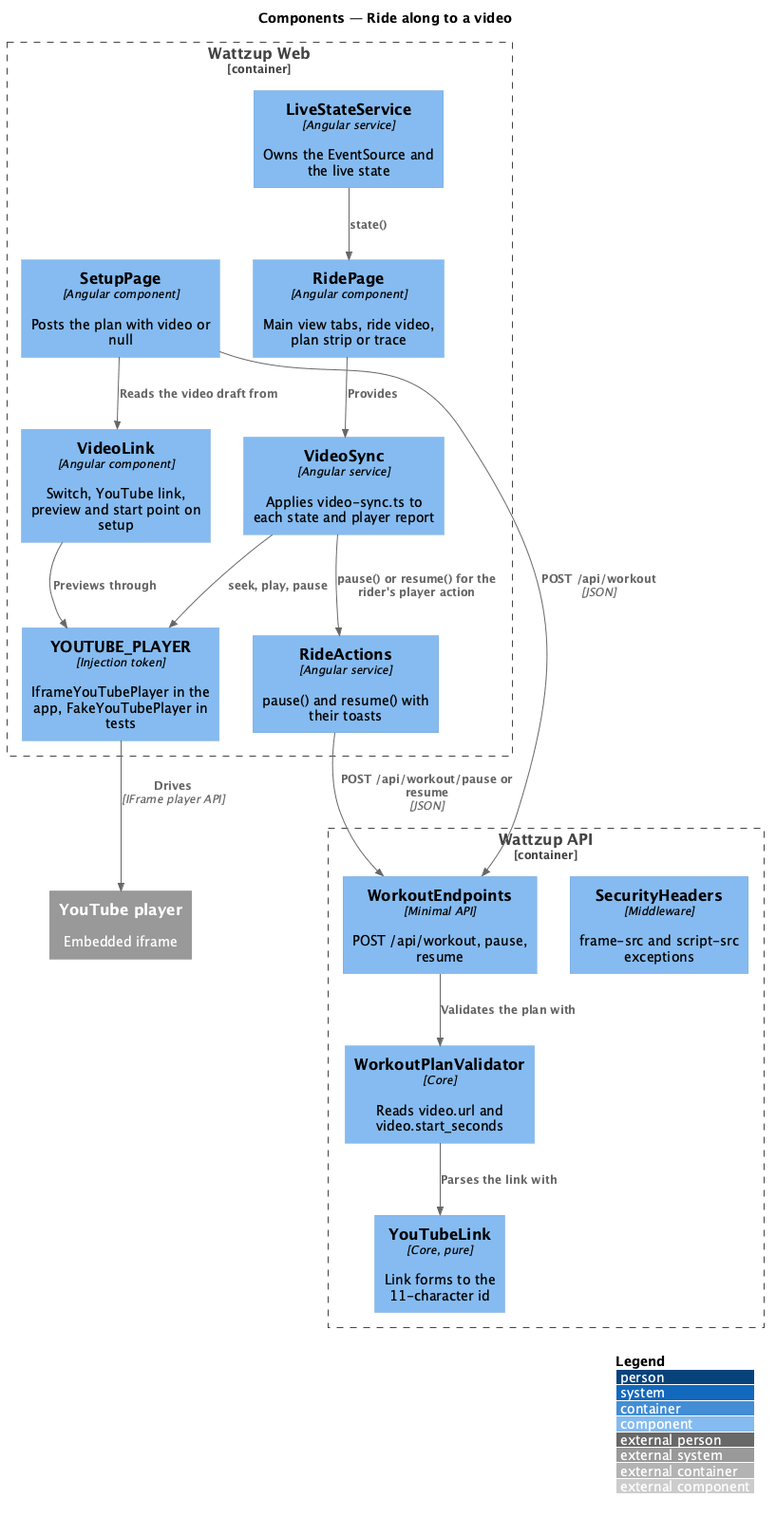
This is docs/detailed-designs/workouts/ride-along-video/diagrams/c4-component.png from QuinntyneBrown/ride-one, a PlantUML export, as it was before one commit.
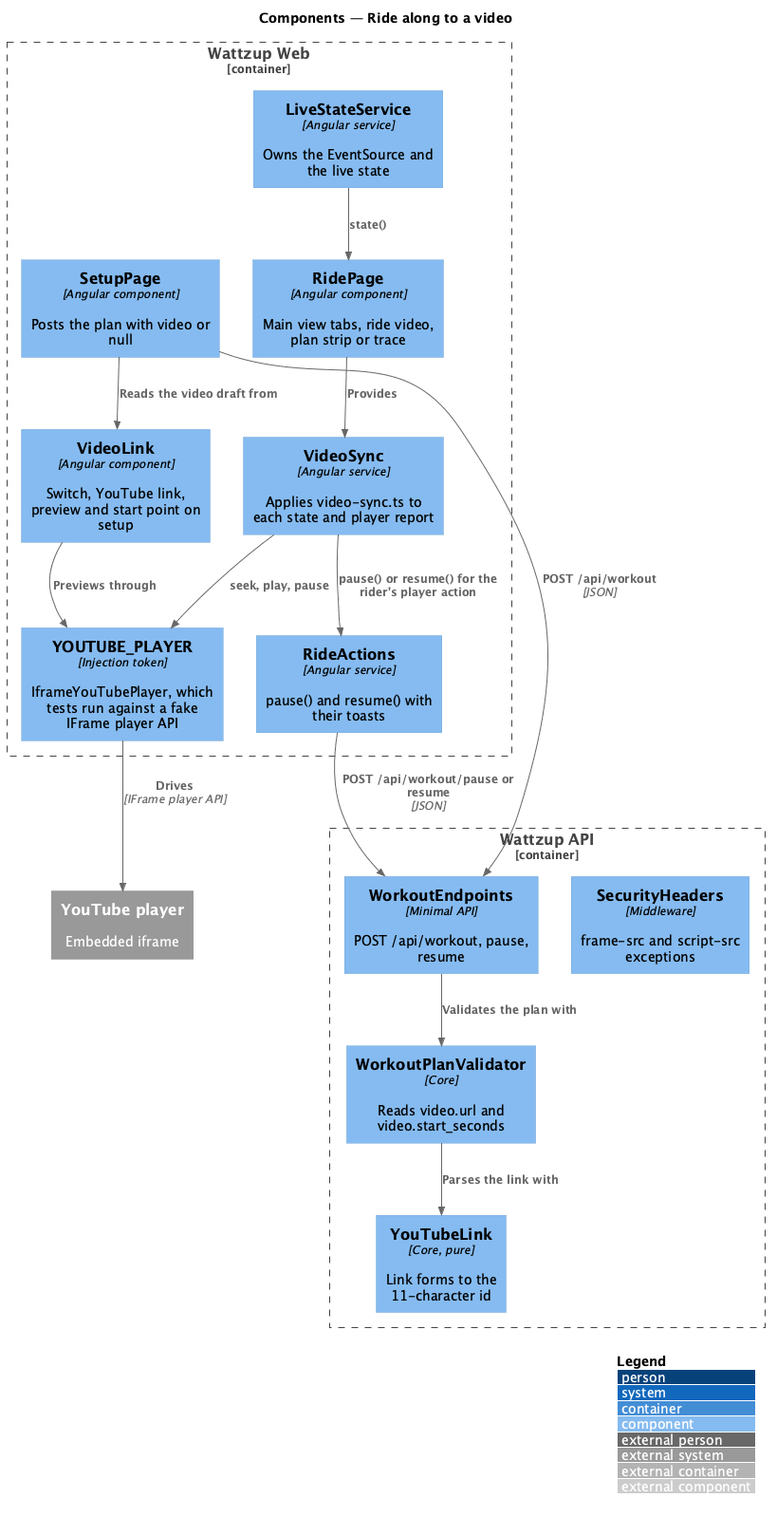
Above is the later version.

Diff of the diagram source:
```diff
@@ -8,7 +8,7 @@
   Component(setup, "SetupPage", "Angular component", "Posts the plan with video or null")
   Component(ride, "RidePage", "Angular component", "Main view tabs, ride video, plan strip or trace")
   Component(sync, "VideoSync", "Angular service", "Applies video-sync.ts to each state and player report")
-  Component(token, "YOUTUBE_PLAYER", "Injection token", "IframeYouTubePlayer in the app, FakeYouTubePlayer in tests")
+  Component(token, "YOUTUBE_PLAYER", "Injection token", "IframeYouTubePlayer, which tests run against a fake IFrame player API")
   Component(live, "LiveStateService", "Angular service", "Owns the EventSource and the live state")
   Component(actions, "RideActions", "Angular service", "pause() and resume() with their toasts")
 }
```
